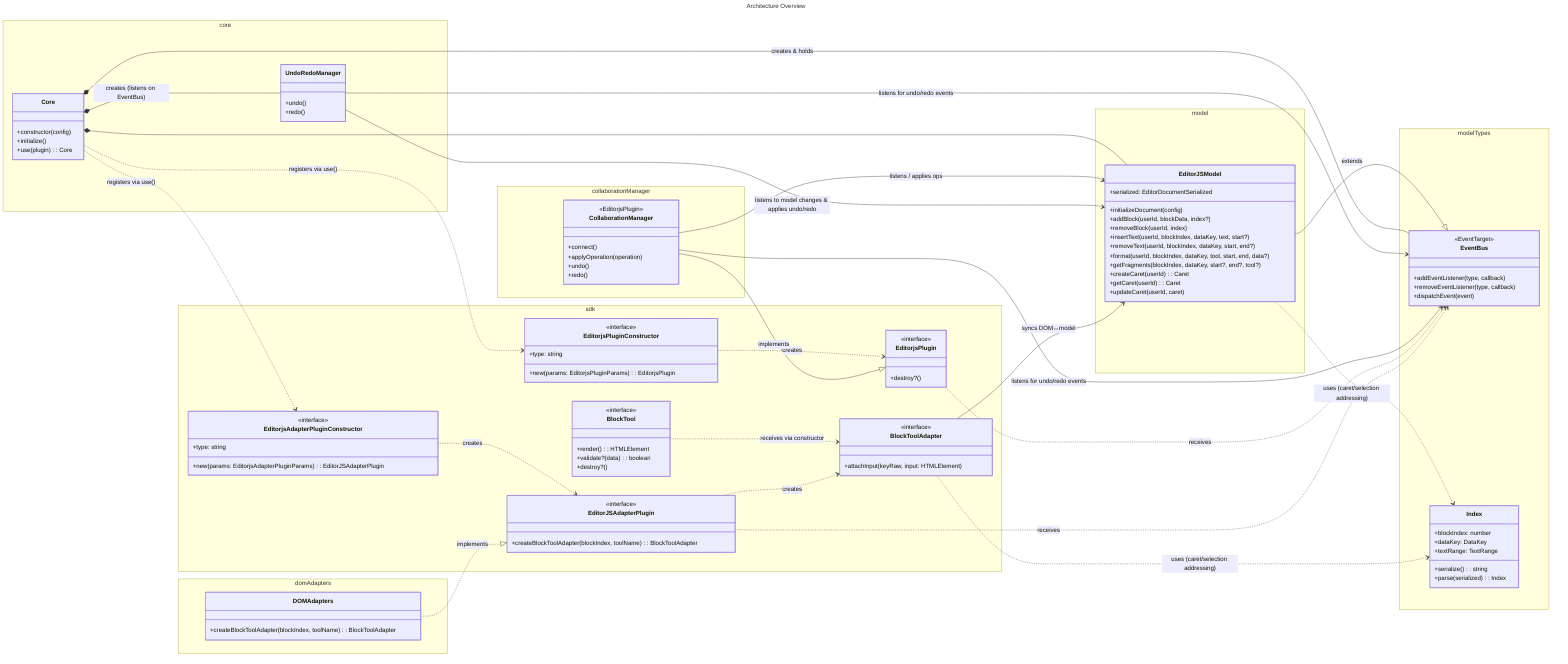
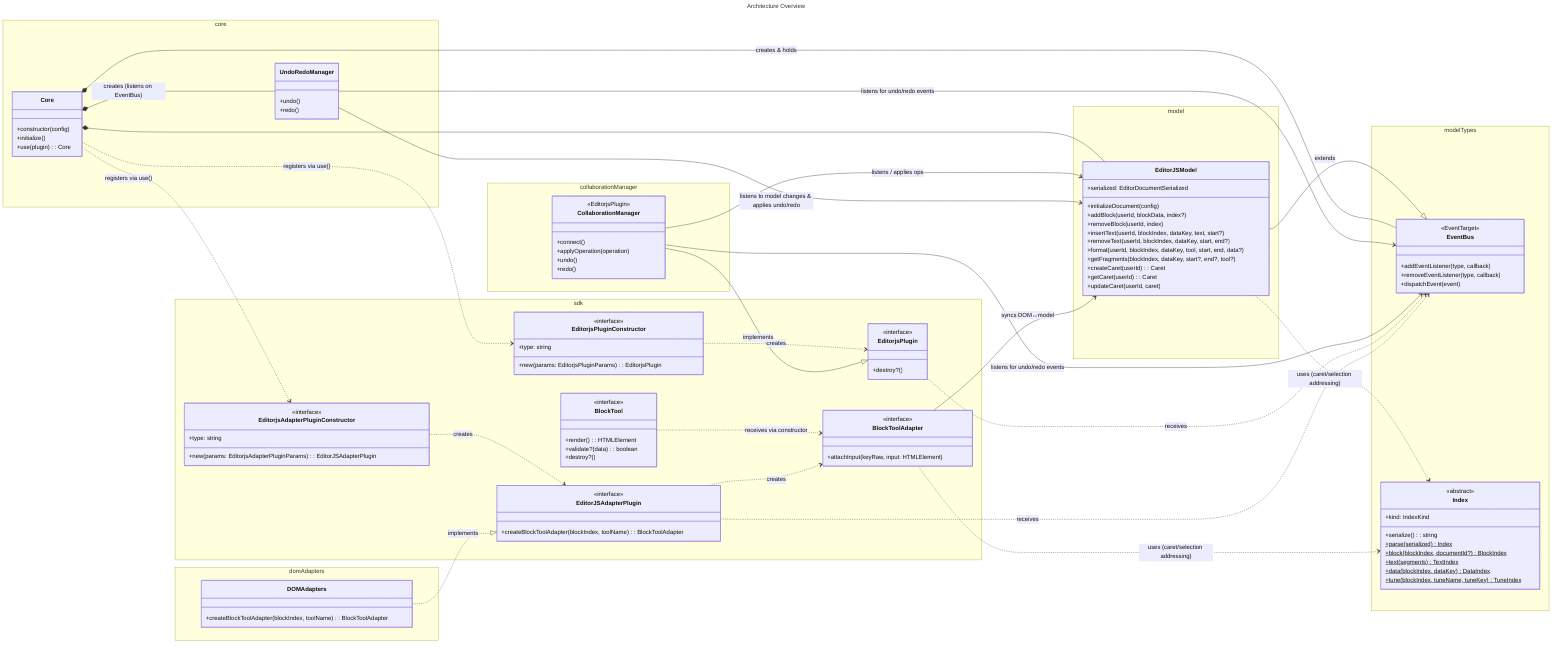
---
title: Architecture Overview

---
%% See: ../architecture.md
classDiagram
  direction LR


  %% Layer 0 — Foundation  (@editorjs/model-types)
  %% Internal-only: depended on by `model` and `sdk` directly; every other
  %% package (and all tools/plugins) should get these via `@editorjs/sdk` instead.
  namespace modelTypes {
    class EventBus {
      <<EventTarget>>
      +addEventListener(type, callback)
      +removeEventListener(type, callback)
      +dispatchEvent(event)
    }

    class Index {
-       +blockIndex: number
-       +dataKey: DataKey
-       +textRange: TextRange
+       <<abstract>>
+       +kind: IndexKind
      +serialize(): string
-       +parse(serialized): Index
+       +parse(serialized)$ Index
+       +block(blockIndex, documentId?)$ BlockIndex
+       +text(segments)$ TextIndex
+       +data(blockIndex, dataKey)$ DataIndex
+       +tune(blockIndex, tuneName, tuneKey)$ TuneIndex
    }
  }

  %% Layer 1 — Contracts  (@editorjs/sdk)
  namespace sdk {

    class BlockToolAdapter {
      <<interface>>
      +attachInput(keyRaw, input: HTMLElement)
    }

    class BlockTool {
      <<interface>>
      +render(): HTMLElement
      +validate?(data): boolean
      +destroy?()
    }

    class EditorjsPlugin {
      <<interface>>
      +destroy?()
    }

    class EditorjsPluginConstructor {
      <<interface>>
      +type: string
      +new(params: EditorjsPluginParams): EditorjsPlugin
    }

    class EditorJSAdapterPlugin {
      <<interface>>
      +createBlockToolAdapter(blockIndex, toolName): BlockToolAdapter
    }

    class EditorjsAdapterPluginConstructor {
      <<interface>>
      +type: string
      +new(params: EditorjsAdapterPluginParams): EditorJSAdapterPlugin
    }
  }

  %% Layer 2 — Data model  (@editorjs/model)
  namespace model {
    class EditorJSModel {
      +serialized: EditorDocumentSerialized
      +initializeDocument(config)
      +addBlock(userId, blockData, index?)
      +removeBlock(userId, index)
      +insertText(userId, blockIndex, dataKey, text, start?)
      +removeText(userId, blockIndex, dataKey, start, end?)
      +format(userId, blockIndex, dataKey, tool, start, end, data?)
      +getFragments(blockIndex, dataKey, start?, end?, tool?)
      +createCaret(userId): Caret
      +getCaret(userId): Caret
      +updateCaret(userId, caret)
    }
  }

  %% Layer 3a — DOM binding  (@editorjs/dom-adapters)
  namespace domAdapters {
    class DOMAdapters {
      +createBlockToolAdapter(blockIndex, toolName): BlockToolAdapter
    }
  }

  %% Layer 3b — Collaboration plugin  (@editorjs/collaboration-manager)
  namespace collaborationManager {
    class CollaborationManager {
      <<EditorjsPlugin>>
      +connect()
      +applyOperation(operation)
      +undo()
      +redo()
    }
  }

  %% Layer 4 — Orchestrator  (@editorjs/core)
  namespace core {
    class Core {
      +constructor(config)
      +initialize()
      +use(plugin): Core
    }

    class UndoRedoManager {
      +undo()
      +redo()
    }
  }

  %% Infrastructure relations
  EditorJSModel --|> EventBus : extends
  Core *-- EventBus : creates & holds

  %% Foundation usage — model-types is depended on by model and sdk only
  EditorJSModel ..> Index : uses (caret/selection addressing)
  BlockToolAdapter ..> Index : uses (caret/selection addressing)

  %% Core — owns & wires
  Core *-- EditorJSModel
  Core *-- UndoRedoManager : creates (listens on EventBus)
  Core ..> EditorjsPluginConstructor : registers via use()
  Core ..> EditorjsAdapterPluginConstructor : registers via use()

  %% Undo handlers
  UndoRedoManager --> EventBus : listens for undo/redo events
  CollaborationManager --> EventBus : listens for undo/redo events

  %% Model interactions
  CollaborationManager --> EditorJSModel : listens / applies ops
  UndoRedoManager --> EditorJSModel : listens to model changes & applies undo/redo
  BlockToolAdapter --> EditorJSModel : syncs DOM↔model

  %% Tool contracts
  BlockTool ..> BlockToolAdapter : receives via constructor

  %% Plugin contracts
  EditorjsPluginConstructor ..> EditorjsPlugin : creates
  EditorjsPlugin ..> EventBus : receives
  CollaborationManager --|> EditorjsPlugin : implements

  %% Adapter plugin contracts
  EditorjsAdapterPluginConstructor ..> EditorJSAdapterPlugin : creates
  DOMAdapters ..|> EditorJSAdapterPlugin : implements
  EditorJSAdapterPlugin ..> BlockToolAdapter : creates
  EditorJSAdapterPlugin ..> EventBus : receives
